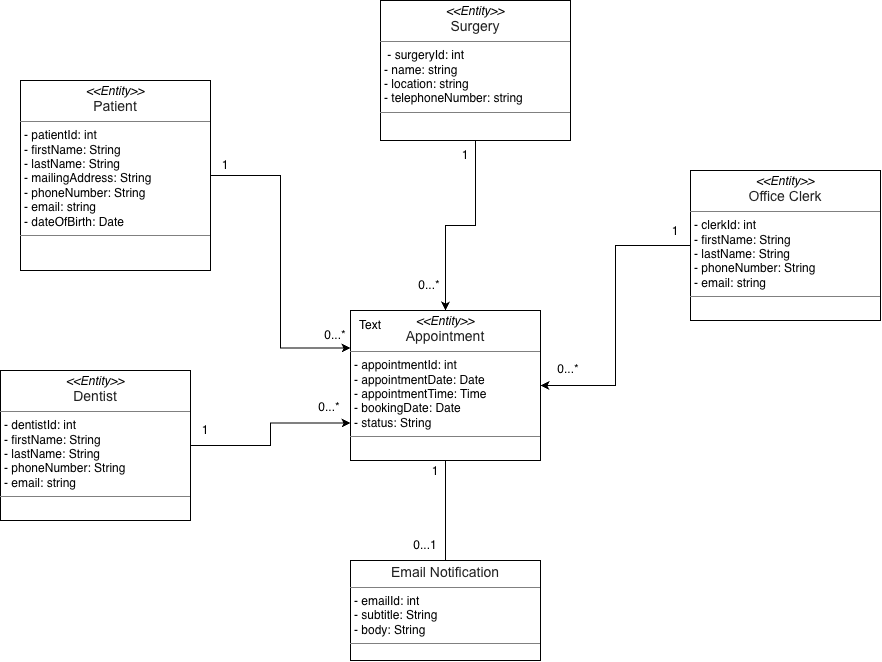
Darkhaamn/miu-cs425-midterm keeps this draw.io diagram as diagrams/Domain model classes.drawio.png. Above is the earlier version. Source tidied: cells renumbered, new cells last; positions are measured from the earlier drawing's top-left corner, leaving out a move shared by most shapes.
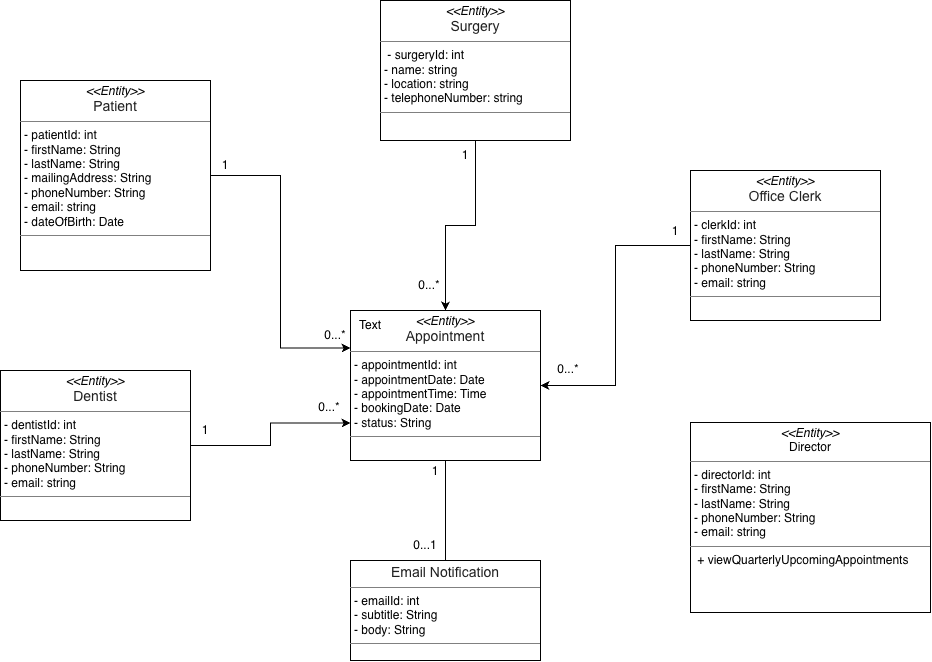
Above is the later version.

Change to the diagram source:
```diff
@@ -68,5 +68,8 @@
     <mxCell id="23" value="0...*" style="text;html=1;whiteSpace=wrap;strokeColor=none;fillColor=none;align=center;verticalAlign=middle;rounded=0;" parent="1" vertex="1">
       <mxGeometry x="414" y="270" width="30" height="30" as="geometry" />
     </mxCell>
+    <mxCell id="24" value="&lt;p style=&quot;margin:0px;margin-top:4px;text-align:center;&quot;&gt;&lt;i&gt;&amp;lt;&amp;lt;Entity&amp;gt;&amp;gt;&lt;/i&gt;&lt;br&gt;Director&lt;/p&gt;&lt;hr size=&quot;1&quot; style=&quot;border-style:solid;&quot;&gt;&lt;p style=&quot;margin:0px;margin-left:4px;&quot;&gt;- directorId: int&lt;br&gt;- firstName: String&lt;br&gt;- lastName: String&lt;span style=&quot;background-color: transparent;&quot;&gt;&lt;br&gt;- p&lt;/span&gt;&lt;span style=&quot;background-color: transparent;&quot;&gt;honeNumber: String&lt;br&gt;- e&lt;/span&gt;&lt;span style=&quot;background-color: transparent;&quot;&gt;mail: string&lt;/span&gt;&lt;/p&gt;&lt;hr size=&quot;1&quot; style=&quot;border-style:solid;&quot;&gt;&lt;p style=&quot;margin:0px;margin-left:4px;&quot;&gt;&amp;nbsp;+&amp;nbsp;viewQuarterlyUpcomingAppointments&lt;/p&gt;" style="verticalAlign=top;align=left;overflow=fill;html=1;whiteSpace=wrap;" parent="1" vertex="1">
+      <mxGeometry x="690" y="422" width="240" height="190" as="geometry" />
+    </mxCell>
   </root>
 </mxGraphModel>
```
